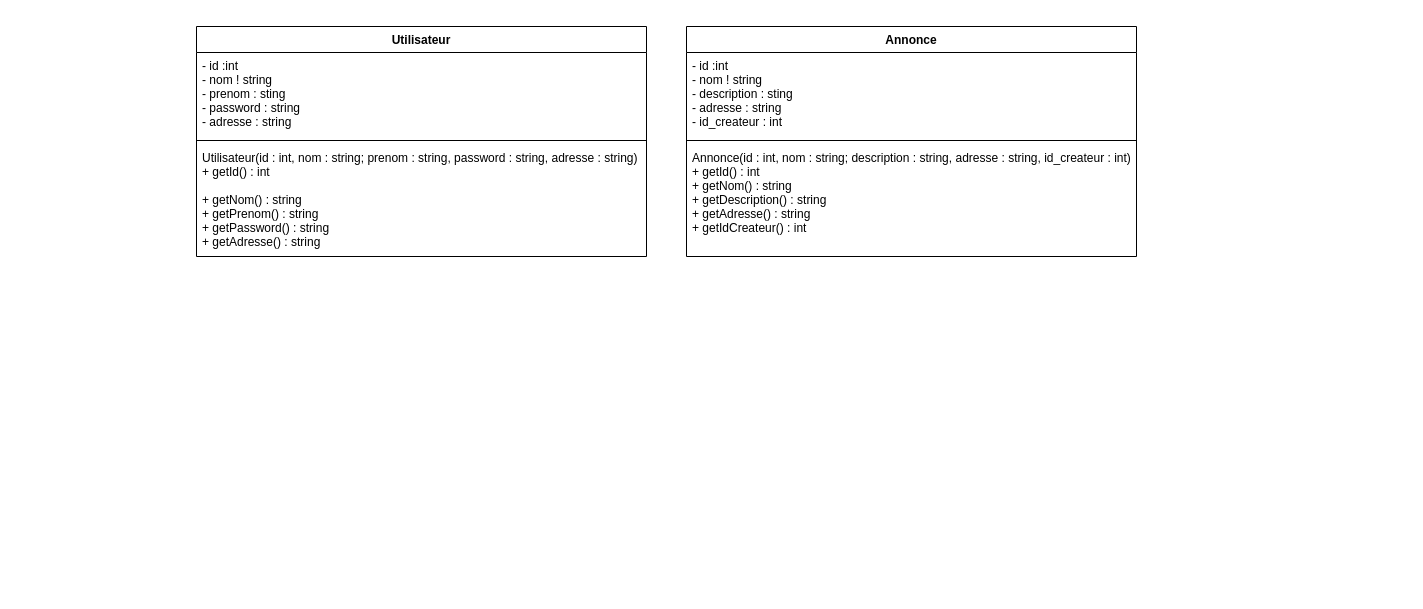
SkavenWannabe/ArtEntraide keeps this draw.io diagram as Conception/PHP/DC.drawio. Above is the earlier version. Source tidied: cells renumbered, new cells numbered last; positions are measured from the earlier drawing's top-left corner, leaving out a move shared by most shapes. Both pictures are drawn from the tidied source at 100%, with x=0, y=0 at pixel (196, 26).
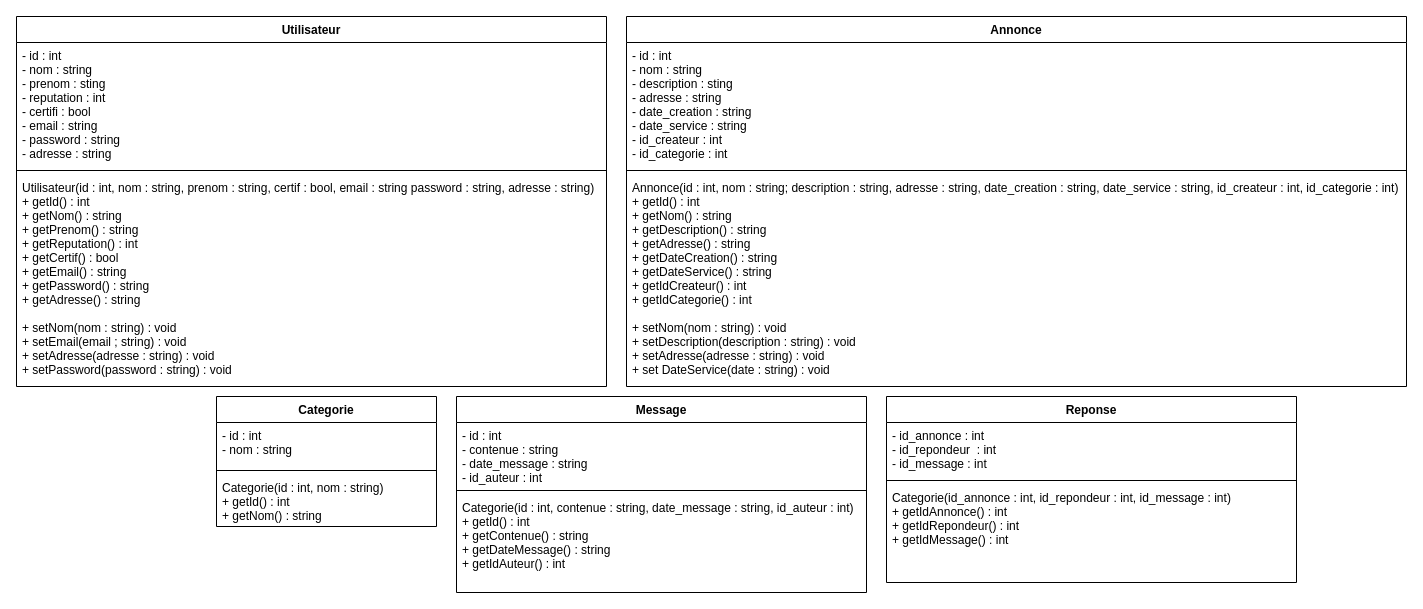
The same page after the edit.

Diff of the diagram source:
```diff
@@
     <mxCell id="2" value="Utilisateur" style="swimlane;fontStyle=1;align=center;verticalAlign=top;horizontal=1;startSize=26;" parent="1" vertex="1">
-      <mxGeometry width="450" height="230" as="geometry" />
+      <mxGeometry x="-180" y="-10" width="590" height="370" as="geometry" />
     </mxCell>
-    <mxCell id="3" value="- id :int&#10;- nom ! string&#10;- prenom : sting&#10;- password : string&#10;- adresse : string&#10;" style="text;strokeColor=none;fillColor=none;align=left;verticalAlign=top;spacingLeft=4;spacingRight=4;overflow=hidden;" parent="2" vertex="1">
-      <mxGeometry y="26" width="450" height="84" as="geometry" />
+    <mxCell id="3" value="- id : int&#10;- nom : string&#10;- prenom : sting&#10;- reputation : int&#10;- certifi : bool&#10;- email : string&#10;- password : string&#10;- adresse : string&#10;" style="text;strokeColor=none;fillColor=none;align=left;verticalAlign=top;spacingLeft=4;spacingRight=4;overflow=hidden;" parent="2" vertex="1">
+      <mxGeometry y="26" width="590" height="124" as="geometry" />
     </mxCell>
     <mxCell id="4" style="line;strokeWidth=1;fillColor=none;align=left;verticalAlign=middle;spacingTop=-1;spacingLeft=3;spacingRight=3;labelPosition=right;" parent="2" vertex="1">
-      <mxGeometry y="110" width="450" height="8" as="geometry" />
+      <mxGeometry y="150" width="590" height="8" as="geometry" />
     </mxCell>
-    <mxCell id="5" value="Utilisateur(id : int, nom : string; prenom : string, password : string, adresse : string)&#10;+ getId() : int&#10;&#10;+ getNom() : string&#10;+ getPrenom() : string&#10;+ getPassword() : string&#10;+ getAdresse() : string&#10;" style="text;strokeColor=none;fillColor=none;align=left;verticalAlign=top;spacingLeft=4;spacingRight=4;overflow=hidden;" parent="2" vertex="1">
-      <mxGeometry y="118" width="450" height="112" as="geometry" />
+    <mxCell id="5" value="Utilisateur(id : int, nom : string, prenom : string, certif : bool, email : string password : string, adresse : string)&#10;+ getId() : int&#10;+ getNom() : string&#10;+ getPrenom() : string&#10;+ getReputation() : int&#10;+ getCertif() : bool&#10;+ getEmail() : string&#10;+ getPassword() : string&#10;+ getAdresse() : string&#10;&#10;+ setNom(nom : string) : void&#10;+ setEmail(email ; string) : void&#10;+ setAdresse(adresse : string) : void&#10;+ setPassword(password : string) : void&#10;&#10;" style="text;strokeColor=none;fillColor=none;align=left;verticalAlign=top;spacingLeft=4;spacingRight=4;overflow=hidden;" parent="2" vertex="1">
+      <mxGeometry y="158" width="590" height="212" as="geometry" />
     </mxCell>
     <mxCell id="6" value="Annonce" style="swimlane;fontStyle=1;align=center;verticalAlign=top;horizontal=1;startSize=26;" parent="1" vertex="1">
-      <mxGeometry x="490" width="450" height="230" as="geometry" />
+      <mxGeometry x="430" y="-10" width="780" height="370" as="geometry" />
     </mxCell>
-    <mxCell id="7" value="- id :int&#10;- nom ! string&#10;- description : sting&#10;- adresse : string&#10;- id_createur : int&#10;" style="text;strokeColor=none;fillColor=none;align=left;verticalAlign=top;spacingLeft=4;spacingRight=4;overflow=hidden;" parent="6" vertex="1">
-      <mxGeometry y="26" width="450" height="84" as="geometry" />
+    <mxCell id="7" value="- id : int&#10;- nom : string&#10;- description : sting&#10;- adresse : string&#10;- date_creation : string&#10;- date_service : string&#10;- id_createur : int&#10;- id_categorie : int&#10;&#10;" style="text;strokeColor=none;fillColor=none;align=left;verticalAlign=top;spacingLeft=4;spacingRight=4;overflow=hidden;" parent="6" vertex="1">
+      <mxGeometry y="26" width="780" height="124" as="geometry" />
     </mxCell>
     <mxCell id="8" style="line;strokeWidth=1;fillColor=none;align=left;verticalAlign=middle;spacingTop=-1;spacingLeft=3;spacingRight=3;labelPosition=right;" parent="6" vertex="1">
-      <mxGeometry y="110" width="450" height="8" as="geometry" />
+      <mxGeometry y="150" width="780" height="8" as="geometry" />
     </mxCell>
-    <mxCell id="9" value="Annonce(id : int, nom : string; description : string, adresse : string, id_createur : int)&#10;+ getId() : int&#10;+ getNom() : string&#10;+ getDescription() : string&#10;+ getAdresse() : string&#10;+ getIdCreateur() : int&#10;" style="text;strokeColor=none;fillColor=none;align=left;verticalAlign=top;spacingLeft=4;spacingRight=4;overflow=hidden;" parent="6" vertex="1">
-      <mxGeometry y="118" width="450" height="112" as="geometry" />
+    <mxCell id="9" value="Annonce(id : int, nom : string; description : string, adresse : string, date_creation : string, date_service : string, id_createur : int, id_categorie : int)&#10;+ getId() : int&#10;+ getNom() : string&#10;+ getDescription() : string&#10;+ getAdresse() : string&#10;+ getDateCreation() : string&#10;+ getDateService() : string&#10;+ getIdCreateur() : int&#10;+ getIdCategorie() : int&#10;&#10;+ setNom(nom : string) : void&#10;+ setDescription(description : string) : void&#10;+ setAdresse(adresse : string) : void&#10;+ set DateService(date : string) : void&#10;&#10;" style="text;strokeColor=none;fillColor=none;align=left;verticalAlign=top;spacingLeft=4;spacingRight=4;overflow=hidden;" parent="6" vertex="1">
+      <mxGeometry y="158" width="780" height="212" as="geometry" />
     </mxCell>
+    <mxCell id="10" value="Categorie" style="swimlane;fontStyle=1;align=center;verticalAlign=top;horizontal=1;startSize=26;" parent="1" vertex="1">
+      <mxGeometry x="20" y="370" width="220" height="130" as="geometry" />
+    </mxCell>
+    <mxCell id="11" value="- id : int&#10;- nom : string&#10;" style="text;strokeColor=none;fillColor=none;align=left;verticalAlign=top;spacingLeft=4;spacingRight=4;overflow=hidden;" parent="10" vertex="1">
+      <mxGeometry y="26" width="220" height="44" as="geometry" />
+    </mxCell>
+    <mxCell id="12" style="line;strokeWidth=1;fillColor=none;align=left;verticalAlign=middle;spacingTop=-1;spacingLeft=3;spacingRight=3;labelPosition=right;" parent="10" vertex="1">
+      <mxGeometry y="70" width="220" height="8" as="geometry" />
+    </mxCell>
+    <mxCell id="13" value="Categorie(id : int, nom : string)&#10;+ getId() : int&#10;+ getNom() : string&#10;&#10;" style="text;strokeColor=none;fillColor=none;align=left;verticalAlign=top;spacingLeft=4;spacingRight=4;overflow=hidden;" parent="10" vertex="1">
+      <mxGeometry y="78" width="220" height="52" as="geometry" />
+    </mxCell>
+    <mxCell id="14" value="Message" style="swimlane;fontStyle=1;align=center;verticalAlign=top;horizontal=1;startSize=26;" parent="1" vertex="1">
+      <mxGeometry x="260" y="370" width="410" height="196" as="geometry" />
+    </mxCell>
+    <mxCell id="15" value="- id : int&#10;- contenue : string&#10;- date_message : string&#10;- id_auteur : int&#10;" style="text;strokeColor=none;fillColor=none;align=left;verticalAlign=top;spacingLeft=4;spacingRight=4;overflow=hidden;" parent="14" vertex="1">
+      <mxGeometry y="26" width="410" height="64" as="geometry" />
+    </mxCell>
+    <mxCell id="16" style="line;strokeWidth=1;fillColor=none;align=left;verticalAlign=middle;spacingTop=-1;spacingLeft=3;spacingRight=3;labelPosition=right;" parent="14" vertex="1">
+      <mxGeometry y="90" width="410" height="8" as="geometry" />
+    </mxCell>
+    <mxCell id="17" value="Categorie(id : int, contenue : string, date_message : string, id_auteur : int)&#10;+ getId() : int&#10;+ getContenue() : string&#10;+ getDateMessage() : string&#10;+ getIdAuteur() : int&#10;&#10;&#10;" style="text;strokeColor=none;fillColor=none;align=left;verticalAlign=top;spacingLeft=4;spacingRight=4;overflow=hidden;" parent="14" vertex="1">
+      <mxGeometry y="98" width="410" height="98" as="geometry" />
+    </mxCell>
+    <mxCell id="18" value="Reponse" style="swimlane;fontStyle=1;align=center;verticalAlign=top;horizontal=1;startSize=26;" parent="1" vertex="1">
+      <mxGeometry x="690" y="370" width="410" height="186" as="geometry" />
+    </mxCell>
+    <mxCell id="19" value="- id_annonce : int&#10;- id_repondeur  : int&#10;- id_message : int&#10;" style="text;strokeColor=none;fillColor=none;align=left;verticalAlign=top;spacingLeft=4;spacingRight=4;overflow=hidden;" parent="18" vertex="1">
+      <mxGeometry y="26" width="410" height="54" as="geometry" />
+    </mxCell>
+    <mxCell id="20" style="line;strokeWidth=1;fillColor=none;align=left;verticalAlign=middle;spacingTop=-1;spacingLeft=3;spacingRight=3;labelPosition=right;" parent="18" vertex="1">
+      <mxGeometry y="80" width="410" height="8" as="geometry" />
+    </mxCell>
+    <mxCell id="21" value="Categorie(id_annonce : int, id_repondeur : int,  id_message : int)&#10;+ getIdAnnonce() : int&#10;+ getIdRepondeur() : int&#10;+ getIdMessage() : int&#10;&#10;&#10;" style="text;strokeColor=none;fillColor=none;align=left;verticalAlign=top;spacingLeft=4;spacingRight=4;overflow=hidden;" parent="18" vertex="1">
+      <mxGeometry y="88" width="410" height="98" as="geometry" />
+    </mxCell>
```
